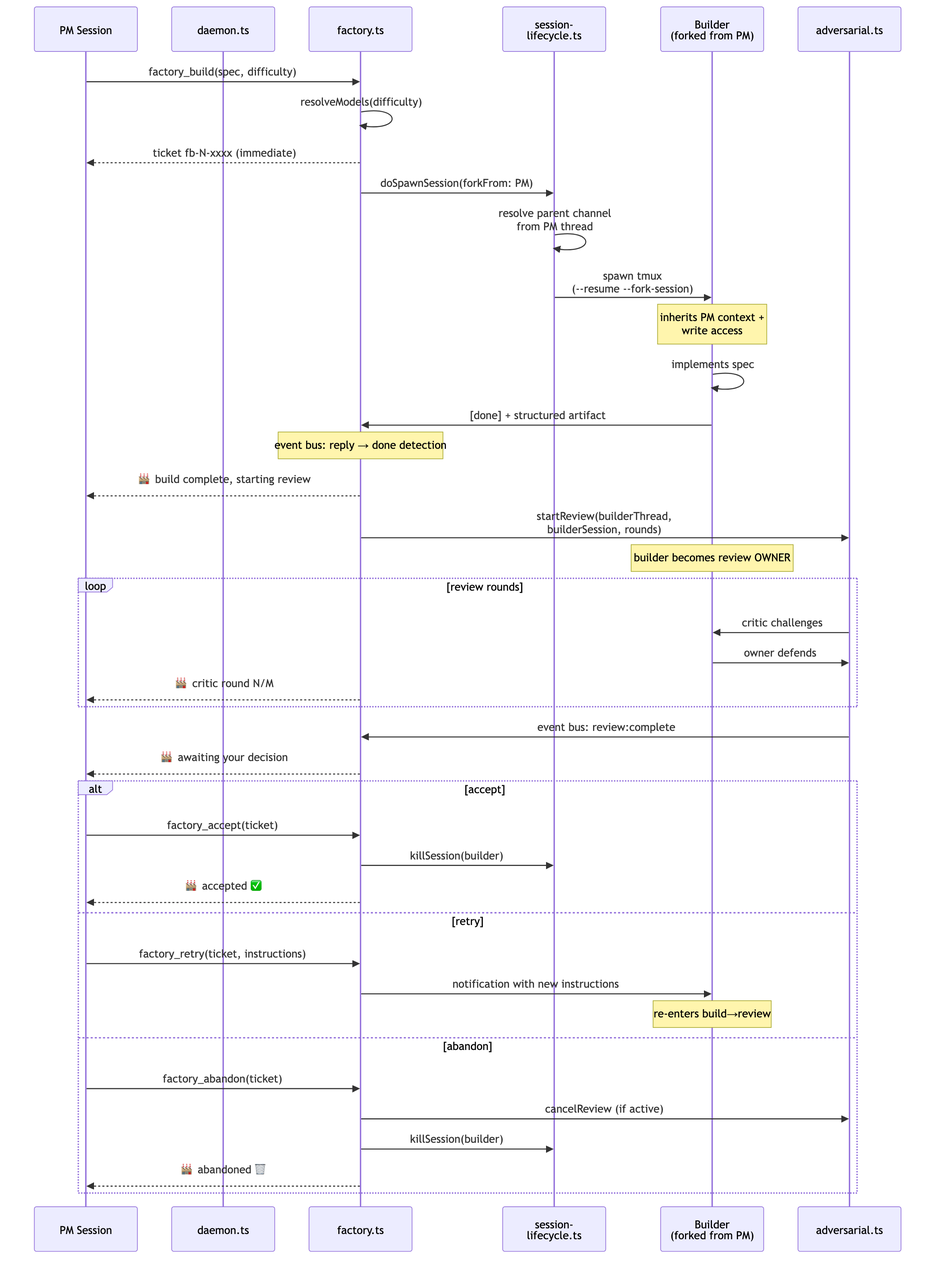
Before: diagrams/flow-factory.png, a diagram exported from Mermaid (sf8193/hydra). Its source is kept beside it as diagrams/flow-factory.mmd. Source of this version:
```mermaid

sequenceDiagram
    participant PM as PM Session
    participant daemon as daemon.ts
    participant factory as factory.ts
    participant lifecycle as session-<br/>lifecycle.ts
    participant builder as Builder<br/>(forked from PM)
    participant review as adversarial.ts

    PM->>factory: factory_build(spec, difficulty)
    factory->>factory: resolveModels(difficulty)
    factory-->>PM: ticket fb-N-xxxx (immediate)

    factory->>lifecycle: doSpawnSession(forkFrom: PM)
    lifecycle->>lifecycle: resolve parent channel<br/>from PM thread
    lifecycle->>builder: spawn tmux<br/>(--resume --fork-session)
    Note over builder: inherits PM context +<br/>write access

    builder->>builder: implements spec
    builder->>factory: [done] + structured artifact
    Note over factory: event bus: reply → done detection

    factory-->>PM: 🏭 build complete, starting review
    factory->>review: startReview(builderThread,<br/>builderSession, rounds)
    Note over builder: builder becomes review OWNER

    loop review rounds
        review->>builder: critic challenges
        builder->>review: owner defends
        factory-->>PM: 🏭 critic round N/M
    end

    review->>factory: event bus: review:complete
    factory-->>PM: 🏭 awaiting your decision

    alt accept
        PM->>factory: factory_accept(ticket)
        factory->>lifecycle: killSession(builder)
        factory-->>PM: 🏭 accepted ✅
    else retry
        PM->>factory: factory_retry(ticket, instructions)
        factory->>builder: notification with new instructions
        Note over builder: re-enters build→review
    else abandon
        PM->>factory: factory_abandon(ticket)
        factory->>review: cancelReview (if active)
        factory->>lifecycle: killSession(builder)
        factory-->>PM: 🏭 abandoned 🗑️
    end
```
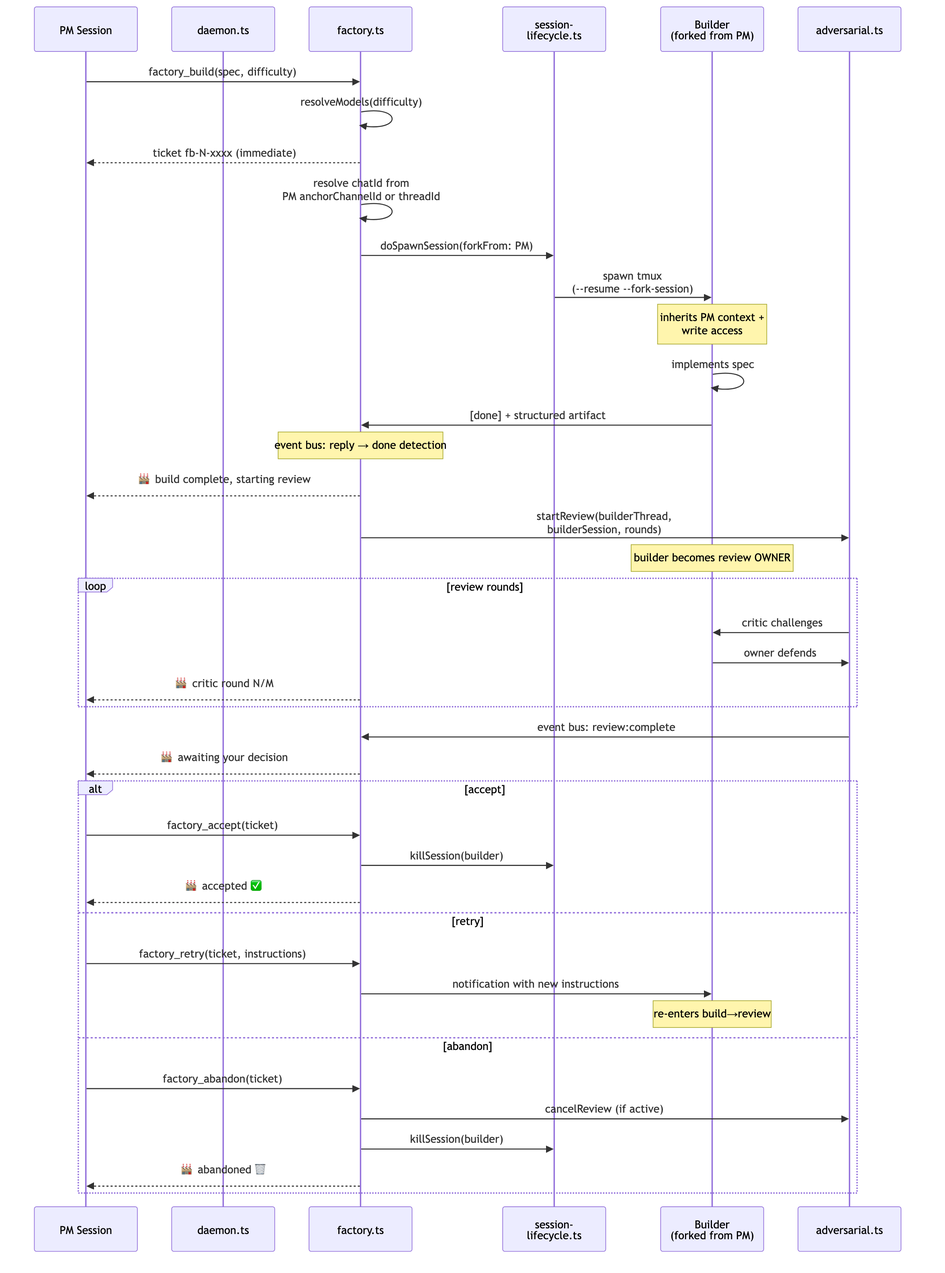
Above is the later version.

What changed in the source:
```diff
@@ -11,8 +11,8 @@
     factory->>factory: resolveModels(difficulty)
     factory-->>PM: ticket fb-N-xxxx (immediate)
 
+    factory->>factory: resolve chatId from<br/>PM anchorChannelId or threadId
     factory->>lifecycle: doSpawnSession(forkFrom: PM)
-    lifecycle->>lifecycle: resolve parent channel<br/>from PM thread
     lifecycle->>builder: spawn tmux<br/>(--resume --fork-session)
     Note over builder: inherits PM context +<br/>write access
 
```
